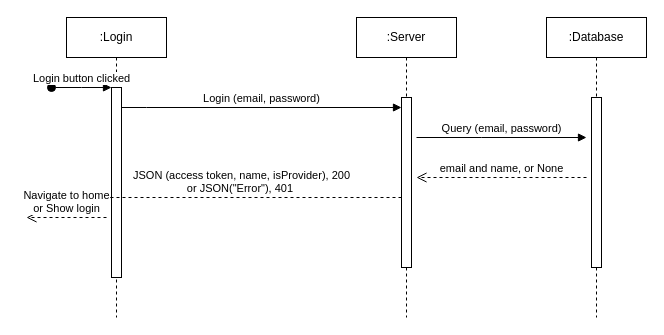
Above: AvailabilityDiagram.drawio in azukailonzo/azukailonzo (draw.io), before the change. Source tidied: cells renumbered, new cells numbered last; positions are measured from the earlier drawing's top-left corner, leaving out a move shared by most shapes. Both pictures are drawn from the tidied source at 100%, with x=0, y=0 at pixel (26, 17).
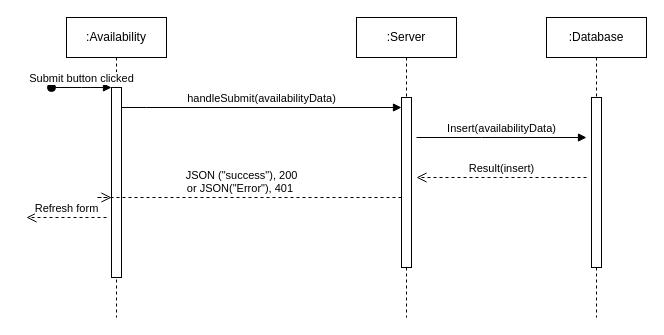
The same page after the edit.

Unchanged cells that the change refers to:
```xml
<mxCell id="3" style="html=1;points=[];perimeter=orthogonalPerimeter;outlineConnect=0;targetShapes=umlLifeline;portConstraint=eastwest;newEdgeStyle={&quot;edgeStyle&quot;:&quot;elbowEdgeStyle&quot;,&quot;elbow&quot;:&quot;vertical&quot;,&quot;curved&quot;:0,&quot;rounded&quot;:0};" parent="2" vertex="1">
  <mxGeometry x="45" y="70" width="10" height="190" as="geometry" />
</mxCell>
<mxCell id="6" style="html=1;points=[];perimeter=orthogonalPerimeter;outlineConnect=0;targetShapes=umlLifeline;portConstraint=eastwest;newEdgeStyle={&quot;edgeStyle&quot;:&quot;elbowEdgeStyle&quot;,&quot;elbow&quot;:&quot;vertical&quot;,&quot;curved&quot;:0,&quot;rounded&quot;:0};" parent="5" vertex="1">
  <mxGeometry x="45" y="80" width="10" height="170" as="geometry" />
</mxCell>
```

Change to the diagram source:
```diff
@@
-    <mxCell id="2" value=":Login" style="shape=umlLifeline;perimeter=lifelinePerimeter;whiteSpace=wrap;html=1;newEdgeStyle={&quot;edgeStyle&quot;:&quot;elbowEdgeStyle&quot;,&quot;elbow&quot;:&quot;vertical&quot;,&quot;curved&quot;:0,&quot;rounded&quot;:0};" parent="1" vertex="1">
+    <mxCell id="2" value=":Availability" style="shape=umlLifeline;perimeter=lifelinePerimeter;whiteSpace=wrap;html=1;newEdgeStyle={&quot;edgeStyle&quot;:&quot;elbowEdgeStyle&quot;,&quot;elbow&quot;:&quot;vertical&quot;,&quot;curved&quot;:0,&quot;rounded&quot;:0};" parent="1" vertex="1">
       <mxGeometry x="40" width="100" height="300" as="geometry" />
     </mxCell>
@@
-    <mxCell id="4" value="Login button clicked" style="html=1;verticalAlign=bottom;startArrow=oval;endArrow=block;startSize=8;edgeStyle=elbowEdgeStyle;elbow=vertical;curved=0;rounded=0;" parent="2" edge="1" target="3">
+    <mxCell id="4" value="Submit button clicked" style="html=1;verticalAlign=bottom;startArrow=oval;endArrow=block;startSize=8;edgeStyle=elbowEdgeStyle;elbow=vertical;curved=0;rounded=0;" parent="2" edge="1" target="3">
       <mxGeometry relative="1" as="geometry">
         <mxPoint x="-15" y="70" as="sourcePoint" />
       </mxGeometry>
     </mxCell>
@@
-    <mxCell id="7" value="Login (email, password)" style="html=1;verticalAlign=bottom;endArrow=block;edgeStyle=elbowEdgeStyle;elbow=vertical;curved=0;rounded=0;" parent="1" edge="1" source="3" target="6">
+    <mxCell id="7" value="handleSubmit(availabilityData)" style="html=1;verticalAlign=bottom;endArrow=block;edgeStyle=elbowEdgeStyle;elbow=vertical;curved=0;rounded=0;" parent="1" edge="1" source="3" target="6">
       <mxGeometry relative="1" as="geometry">
         <Array as="points">
           <mxPoint x="120" y="90" />
           <mxPoint x="60" y="120" />
           <mxPoint x="80" y="80" />
         </Array>
       </mxGeometry>
     </mxCell>
-    <mxCell id="8" value="JSON (access token, name, isProvider), 200 &lt;br&gt;or JSON(&quot;Error&quot;), 401&amp;nbsp;" style="html=1;verticalAlign=bottom;endArrow=open;dashed=1;endSize=8;edgeStyle=elbowEdgeStyle;elbow=vertical;curved=0;rounded=0;" parent="1" edge="1" source="6" target="3">
+    <mxCell id="8" value="JSON (&quot;success&quot;), 200 &lt;br&gt;or JSON(&quot;Error&quot;), 401&amp;nbsp;" style="html=1;verticalAlign=bottom;endArrow=open;dashed=1;endSize=8;edgeStyle=elbowEdgeStyle;elbow=vertical;curved=0;rounded=0;" parent="1" edge="1" source="6" target="3">
       <mxGeometry relative="1" as="geometry">
         <Array as="points">
           <mxPoint x="70" y="180" />
           <mxPoint x="90" y="240" />
         </Array>
       </mxGeometry>
     </mxCell>
@@
-    <mxCell id="11" value="Query (email, password)" style="html=1;verticalAlign=bottom;endArrow=block;edgeStyle=elbowEdgeStyle;elbow=vertical;curved=0;rounded=0;" parent="1" edge="1">
+    <mxCell id="11" value="Insert(availabilityData)" style="html=1;verticalAlign=bottom;endArrow=block;edgeStyle=elbowEdgeStyle;elbow=vertical;curved=0;rounded=0;" parent="1" edge="1">
       <mxGeometry relative="1" as="geometry">
         <mxPoint x="390" y="120" as="sourcePoint" />
         <mxPoint x="560" y="120" as="targetPoint" />
         <Array as="points">
           <mxPoint x="455" y="120" />
           <mxPoint x="475" y="80" />
         </Array>
       </mxGeometry>
     </mxCell>
-    <mxCell id="12" value="email and name, or None" style="html=1;verticalAlign=bottom;endArrow=open;dashed=1;endSize=8;edgeStyle=elbowEdgeStyle;elbow=vertical;curved=0;rounded=0;" parent="1" edge="1">
+    <mxCell id="12" value="Result(insert)" style="html=1;verticalAlign=bottom;endArrow=open;dashed=1;endSize=8;edgeStyle=elbowEdgeStyle;elbow=vertical;curved=0;rounded=0;" parent="1" edge="1">
       <mxGeometry relative="1" as="geometry">
         <mxPoint x="560" y="160" as="sourcePoint" />
         <mxPoint x="390" y="160" as="targetPoint" />
         <Array as="points">
           <mxPoint x="465" y="160" />
           <mxPoint x="485" y="220" />
         </Array>
       </mxGeometry>
     </mxCell>
-    <mxCell id="13" value="Navigate to home &lt;br&gt;or Show login" style="html=1;verticalAlign=bottom;endArrow=open;dashed=1;endSize=8;edgeStyle=elbowEdgeStyle;elbow=vertical;curved=0;rounded=0;" parent="1" edge="1">
+    <mxCell id="13" value="Refresh form" style="html=1;verticalAlign=bottom;endArrow=open;dashed=1;endSize=8;edgeStyle=elbowEdgeStyle;elbow=vertical;curved=0;rounded=0;" parent="1" edge="1">
       <mxGeometry relative="1" as="geometry">
         <mxPoint x="80" y="200" as="sourcePoint" />
         <mxPoint y="200" as="targetPoint" />
       </mxGeometry>
     </mxCell>
```
